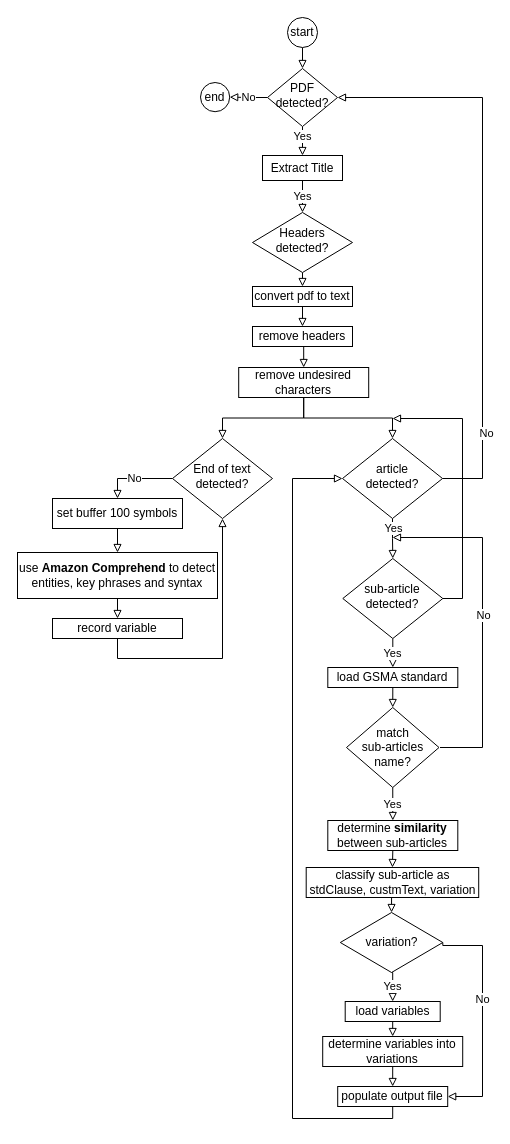
Above: A methodological framework to enable the roaming agreement digitalization: An NLP-based approach/images/methodology.drawio in sfl0r3nz05/Conferences (draw.io), before the change. Source tidied: cells renumbered, new cells numbered last; positions are measured from the earlier drawing's top-left corner, leaving out a move shared by most shapes. Both pictures are drawn from the tidied source at 100%, with x=0, y=0 at pixel (17, 17).
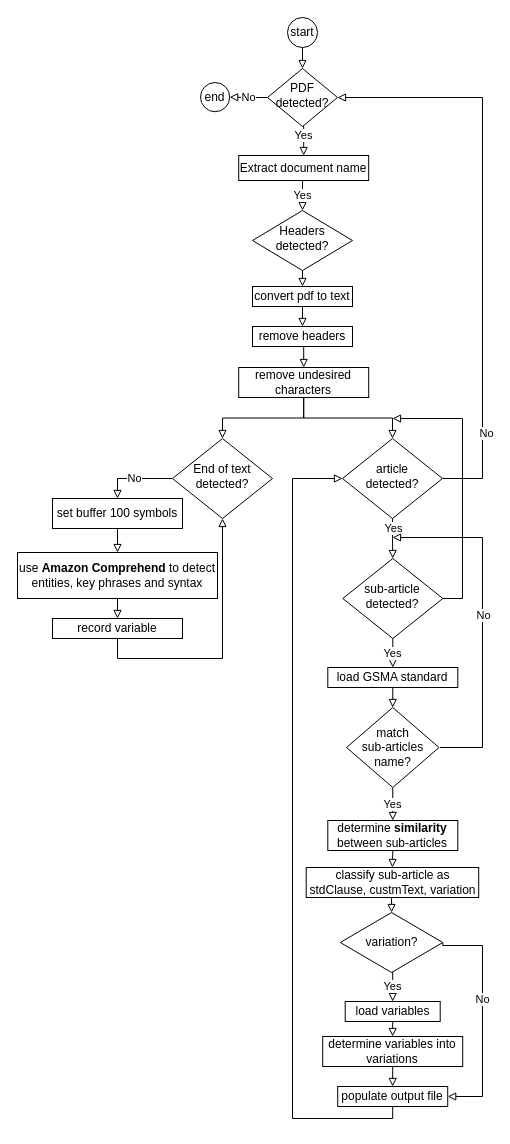
Above is the later version.

Change to the diagram source:
```diff
@@
-    <mxCell id="8" value="Extract Title" style="rounded=0;whiteSpace=wrap;html=1;" parent="1" vertex="1">
-      <mxGeometry x="245" y="138" width="80" height="25" as="geometry" />
+    <mxCell id="8" value="Extract document name" style="rounded=0;whiteSpace=wrap;html=1;" parent="1" vertex="1">
+      <mxGeometry x="221.2" y="138" width="130" height="25" as="geometry" />
     </mxCell>
@@
     <mxCell id="10" value="Headers detected?" style="rhombus;whiteSpace=wrap;html=1;shadow=0;fontFamily=Helvetica;fontSize=12;align=center;strokeWidth=1;spacing=6;spacingTop=-4;" parent="1" vertex="1">
-      <mxGeometry x="235" y="195" width="100" height="60" as="geometry" />
+      <mxGeometry x="235" y="193" width="100" height="60" as="geometry" />
     </mxCell>
```
